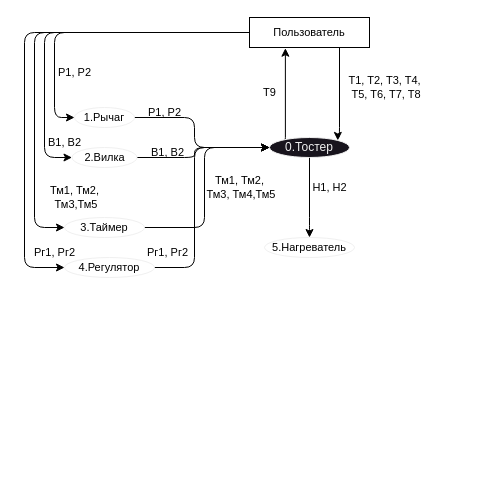
Before: page "МВО" (3 of 5) of lab_05/toaster.drawio in pai0id/IU7_sem4_oop, a draw.io diagram. Source tidied: cells renumbered, new cells numbered last; positions are measured from the earlier drawing's top-left corner, leaving out a move shared by most shapes. Both pictures are drawn from the tidied source at 100%, with x=0, y=0 at pixel (24, 17).
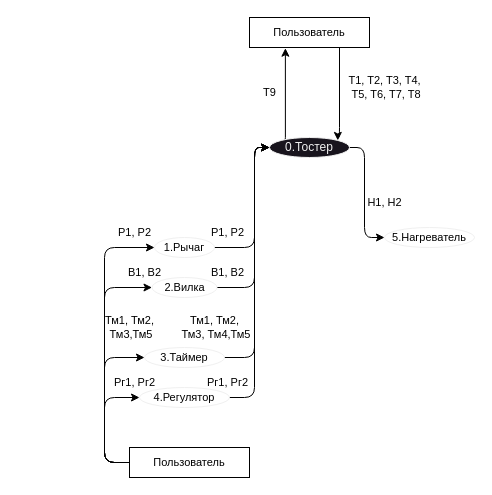
After the change.

Unchanged cells that the change refers to:
```xml
<mxCell id="8" value="0.Тостер" style="ellipse;whiteSpace=wrap;html=1;fontFamily=Helvetica;fontSize=12;fontColor=rgb(240, 240, 240);align=center;strokeColor=rgb(240, 240, 240);fillColor=rgb(24, 20, 29);" parent="1" vertex="1">
  <mxGeometry x="245" y="120" width="80" height="20" as="geometry" />
</mxCell>
<mxCell id="25" value="Пользователь" style="rounded=0;whiteSpace=wrap;html=1;labelBackgroundColor=none;fontFamily=Helvetica;fontSize=11;fontColor=default;fillColor=none;" parent="1" vertex="1">
  <mxGeometry x="225" width="120" height="30" as="geometry" />
</mxCell>
```

Change to the diagram source:
```diff
@@
-    <mxCell id="2" style="edgeStyle=orthogonalEdgeStyle;shape=connector;rounded=1;html=1;exitX=0;exitY=0.5;exitDx=0;exitDy=0;entryX=1;entryY=0.5;entryDx=0;entryDy=0;labelBackgroundColor=default;strokeColor=default;fontFamily=Helvetica;fontSize=11;fontColor=default;startArrow=classic;startFill=1;endArrow=none;endFill=0;" parent="1" edge="1" source="8" target="9">
-      <mxGeometry relative="1" as="geometry">
-        <Array as="points">
-          <mxPoint x="170" y="130" />
-          <mxPoint x="170" y="100" />
-        </Array>
-      </mxGeometry>
-    </mxCell>
-    <mxCell id="3" style="edgeStyle=orthogonalEdgeStyle;shape=connector;rounded=1;html=1;exitX=0;exitY=0.5;exitDx=0;exitDy=0;entryX=1;entryY=0.5;entryDx=0;entryDy=0;labelBackgroundColor=default;strokeColor=default;fontFamily=Helvetica;fontSize=11;fontColor=default;startArrow=classic;startFill=1;endArrow=none;endFill=0;" parent="1" edge="1" source="8" target="10">
-      <mxGeometry relative="1" as="geometry">
-        <Array as="points">
-          <mxPoint x="170" y="130" />
-          <mxPoint x="170" y="140" />
-        </Array>
-      </mxGeometry>
-    </mxCell>
-    <mxCell id="4" style="edgeStyle=orthogonalEdgeStyle;shape=connector;rounded=1;html=1;exitX=0;exitY=0.5;exitDx=0;exitDy=0;entryX=1;entryY=0.5;entryDx=0;entryDy=0;labelBackgroundColor=default;strokeColor=default;fontFamily=Helvetica;fontSize=11;fontColor=default;startArrow=classic;startFill=1;endArrow=none;endFill=0;" parent="1" edge="1" source="8" target="11">
-      <mxGeometry relative="1" as="geometry">
-        <Array as="points">
-          <mxPoint x="180" y="130" />
-          <mxPoint x="180" y="210" />
-        </Array>
-      </mxGeometry>
-    </mxCell>
-    <mxCell id="5" style="edgeStyle=orthogonalEdgeStyle;shape=connector;rounded=1;html=1;exitX=0;exitY=0.5;exitDx=0;exitDy=0;entryX=1;entryY=0.5;entryDx=0;entryDy=0;labelBackgroundColor=default;strokeColor=default;fontFamily=Helvetica;fontSize=11;fontColor=default;startArrow=classic;startFill=1;endArrow=none;endFill=0;" parent="1" edge="1" source="8" target="12">
-      <mxGeometry relative="1" as="geometry">
-        <Array as="points">
-          <mxPoint x="170" y="130" />
-          <mxPoint x="170" y="250" />
-        </Array>
-      </mxGeometry>
-    </mxCell>
-    <mxCell id="6" style="edgeStyle=orthogonalEdgeStyle;shape=connector;rounded=1;html=1;exitX=0.5;exitY=1;exitDx=0;exitDy=0;entryX=0.5;entryY=0;entryDx=0;entryDy=0;labelBackgroundColor=default;strokeColor=default;fontFamily=Helvetica;fontSize=11;fontColor=default;startArrow=none;startFill=0;endArrow=classic;endFill=1;" parent="1" edge="1" source="8" target="13">
+    <mxCell id="6" style="edgeStyle=orthogonalEdgeStyle;shape=connector;rounded=1;html=1;exitX=1;exitY=0.5;exitDx=0;exitDy=0;entryX=0;entryY=0.5;entryDx=0;entryDy=0;labelBackgroundColor=default;strokeColor=default;fontFamily=Helvetica;fontSize=11;fontColor=default;startArrow=none;startFill=0;endArrow=classic;endFill=1;" parent="1" edge="1" source="8" target="13">
       <mxGeometry relative="1" as="geometry">
         <Array as="points">
-          <mxPoint x="285" y="210" />
+          <mxPoint x="340" y="130" />
+          <mxPoint x="340" y="220" />
         </Array>
       </mxGeometry>
     </mxCell>
@@
+    <mxCell id="31" style="edgeStyle=none;html=1;exitX=1;exitY=0.5;exitDx=0;exitDy=0;entryX=0;entryY=0.5;entryDx=0;entryDy=0;" parent="1" edge="1" source="9" target="8">
+      <mxGeometry relative="1" as="geometry">
+        <Array as="points">
+          <mxPoint x="230" y="230" />
+          <mxPoint x="230" y="130" />
+        </Array>
+      </mxGeometry>
+    </mxCell>
     <mxCell id="9" value="1.Рычаг" style="ellipse;whiteSpace=wrap;html=1;fontFamily=Helvetica;fontSize=11;fontColor=default;align=center;strokeColor=rgb(240, 240, 240);fillColor=none;" parent="1" vertex="1">
-      <mxGeometry x="50" y="90" width="60" height="20" as="geometry" />
+      <mxGeometry x="130" y="220" width="60" height="20" as="geometry" />
     </mxCell>
+    <mxCell id="32" style="edgeStyle=none;html=1;exitX=1;exitY=0.5;exitDx=0;exitDy=0;entryX=0;entryY=0.5;entryDx=0;entryDy=0;" parent="1" edge="1" source="10" target="8">
+      <mxGeometry relative="1" as="geometry">
+        <Array as="points">
+          <mxPoint x="230" y="270" />
+          <mxPoint x="230" y="130" />
+        </Array>
+      </mxGeometry>
+    </mxCell>
     <mxCell id="10" value="2.Вилка" style="ellipse;whiteSpace=wrap;html=1;fontFamily=Helvetica;fontSize=11;fontColor=default;align=center;strokeColor=rgb(240, 240, 240);fillColor=none;" parent="1" vertex="1">
-      <mxGeometry x="47.5" y="130" width="65" height="20" as="geometry" />
+      <mxGeometry x="127.5" y="260" width="65" height="20" as="geometry" />
     </mxCell>
+    <mxCell id="33" style="edgeStyle=none;html=1;exitX=1;exitY=0.5;exitDx=0;exitDy=0;entryX=0;entryY=0.5;entryDx=0;entryDy=0;" parent="1" edge="1" source="11" target="8">
+      <mxGeometry relative="1" as="geometry">
+        <Array as="points">
+          <mxPoint x="230" y="340" />
+          <mxPoint x="230" y="130" />
+        </Array>
+      </mxGeometry>
+    </mxCell>
     <mxCell id="11" value="3.Таймер" style="ellipse;whiteSpace=wrap;html=1;fontFamily=Helvetica;fontSize=11;fontColor=default;align=center;strokeColor=rgb(240, 240, 240);fillColor=none;" parent="1" vertex="1">
-      <mxGeometry x="40" y="200" width="80" height="20" as="geometry" />
+      <mxGeometry x="120" y="330" width="80" height="20" as="geometry" />
     </mxCell>
+    <mxCell id="34" style="edgeStyle=none;html=1;exitX=1;exitY=0.5;exitDx=0;exitDy=0;entryX=0;entryY=0.5;entryDx=0;entryDy=0;" parent="1" edge="1" source="12" target="8">
+      <mxGeometry relative="1" as="geometry">
+        <Array as="points">
+          <mxPoint x="230" y="380" />
+          <mxPoint x="230" y="130" />
+        </Array>
+      </mxGeometry>
+    </mxCell>
     <mxCell id="12" value="4.Регулятор" style="ellipse;whiteSpace=wrap;html=1;fontFamily=Helvetica;fontSize=11;fontColor=default;align=center;strokeColor=rgb(240, 240, 240);fillColor=none;" parent="1" vertex="1">
-      <mxGeometry x="40" y="240" width="90" height="20" as="geometry" />
+      <mxGeometry x="115" y="370" width="90" height="20" as="geometry" />
     </mxCell>
     <mxCell id="13" value="5.Нагреватель" style="ellipse;whiteSpace=wrap;html=1;fontFamily=Helvetica;fontSize=11;fontColor=default;align=center;strokeColor=rgb(240, 240, 240);fillColor=none;" parent="1" vertex="1">
-      <mxGeometry x="240" y="220" width="90" height="20" as="geometry" />
+      <mxGeometry x="360" y="210" width="90" height="20" as="geometry" />
     </mxCell>
@@
     <mxCell id="15" value="Р1, Р2" style="text;html=1;align=center;verticalAlign=middle;strokeColor=none;fillColor=none;fontSize=11;fontFamily=Helvetica;fontColor=default;labelBackgroundColor=none;" parent="1" vertex="1">
-      <mxGeometry x="110" y="80" width="60" height="30" as="geometry" />
+      <mxGeometry x="172.5" y="200" width="60" height="30" as="geometry" />
     </mxCell>
     <mxCell id="16" value="В1, В2" style="text;html=1;align=center;verticalAlign=middle;strokeColor=none;fillColor=none;fontSize=11;fontFamily=Helvetica;fontColor=default;" parent="1" vertex="1">
-      <mxGeometry x="112.5" y="120" width="60" height="30" as="geometry" />
+      <mxGeometry x="172.5" y="240" width="60" height="30" as="geometry" />
     </mxCell>
     <mxCell id="17" value="Тм1, Тм2,&lt;br&gt;&amp;nbsp;Тм3, Тм4,Тм5" style="text;html=1;align=center;verticalAlign=middle;strokeColor=none;fillColor=none;fontSize=11;fontFamily=Helvetica;fontColor=default;" parent="1" vertex="1">
-      <mxGeometry x="165" y="150" width="100" height="40" as="geometry" />
+      <mxGeometry x="140" y="290" width="100" height="40" as="geometry" />
     </mxCell>
     <mxCell id="18" value="Рг1, Рг2" style="text;html=1;align=center;verticalAlign=middle;strokeColor=none;fillColor=none;fontSize=11;fontFamily=Helvetica;fontColor=default;" parent="1" vertex="1">
-      <mxGeometry x="112.5" y="220" width="60" height="30" as="geometry" />
+      <mxGeometry x="172.5" y="350" width="60" height="30" as="geometry" />
     </mxCell>
     <mxCell id="19" value="Н1, Н2" style="text;html=1;align=center;verticalAlign=middle;strokeColor=none;fillColor=none;fontSize=11;fontFamily=Helvetica;fontColor=default;" parent="1" vertex="1">
-      <mxGeometry x="275" y="155" width="60" height="30" as="geometry" />
+      <mxGeometry x="330" y="170" width="60" height="30" as="geometry" />
     </mxCell>
@@
-    <mxCell id="21" style="edgeStyle=orthogonalEdgeStyle;shape=connector;rounded=1;html=1;exitX=0;exitY=0.5;exitDx=0;exitDy=0;entryX=0;entryY=0.5;entryDx=0;entryDy=0;labelBackgroundColor=default;strokeColor=default;fontFamily=Helvetica;fontSize=11;fontColor=default;startArrow=none;startFill=0;endArrow=classic;endFill=1;" parent="1" edge="1" source="25" target="9">
-      <mxGeometry relative="1" as="geometry">
-        <Array as="points">
-          <mxPoint x="30" y="15" />
-          <mxPoint x="30" y="100" />
-        </Array>
-      </mxGeometry>
-    </mxCell>
-    <mxCell id="22" style="edgeStyle=orthogonalEdgeStyle;shape=connector;rounded=1;html=1;exitX=0;exitY=0.5;exitDx=0;exitDy=0;entryX=0;entryY=0.5;entryDx=0;entryDy=0;labelBackgroundColor=default;strokeColor=default;fontFamily=Helvetica;fontSize=11;fontColor=default;startArrow=none;startFill=0;endArrow=classic;endFill=1;" parent="1" edge="1" source="25" target="10">
-      <mxGeometry relative="1" as="geometry">
-        <Array as="points">
-          <mxPoint x="20" y="15" />
-          <mxPoint x="20" y="140" />
-        </Array>
-      </mxGeometry>
-    </mxCell>
-    <mxCell id="23" style="edgeStyle=orthogonalEdgeStyle;shape=connector;rounded=1;html=1;exitX=0;exitY=0.5;exitDx=0;exitDy=0;entryX=0;entryY=0.5;entryDx=0;entryDy=0;labelBackgroundColor=default;strokeColor=default;fontFamily=Helvetica;fontSize=11;fontColor=default;startArrow=none;startFill=0;endArrow=classic;endFill=1;" parent="1" edge="1" source="25" target="11">
-      <mxGeometry relative="1" as="geometry">
-        <Array as="points">
-          <mxPoint x="10" y="15" />
-          <mxPoint x="10" y="210" />
-        </Array>
-      </mxGeometry>
-    </mxCell>
-    <mxCell id="24" style="edgeStyle=orthogonalEdgeStyle;shape=connector;rounded=1;html=1;exitX=0;exitY=0.5;exitDx=0;exitDy=0;entryX=0;entryY=0.5;entryDx=0;entryDy=0;labelBackgroundColor=default;strokeColor=default;fontFamily=Helvetica;fontSize=11;fontColor=default;startArrow=none;startFill=0;endArrow=classic;endFill=1;" parent="1" edge="1" source="25" target="12">
-      <mxGeometry relative="1" as="geometry">
-        <Array as="points">
-          <mxPoint y="15" />
-          <mxPoint y="250" />
-        </Array>
-      </mxGeometry>
-    </mxCell>
@@
     <mxCell id="27" value="Р1, Р2" style="text;html=1;align=center;verticalAlign=middle;strokeColor=none;fillColor=none;fontSize=11;fontFamily=Helvetica;fontColor=default;labelBackgroundColor=none;" parent="1" vertex="1">
-      <mxGeometry x="20" y="40" width="60" height="30" as="geometry" />
+      <mxGeometry x="80" y="200" width="60" height="30" as="geometry" />
     </mxCell>
     <mxCell id="28" value="В1, В2" style="text;html=1;align=center;verticalAlign=middle;strokeColor=none;fillColor=none;fontSize=11;fontFamily=Helvetica;fontColor=default;" parent="1" vertex="1">
-      <mxGeometry x="10" y="110" width="60" height="30" as="geometry" />
+      <mxGeometry x="90" y="240" width="60" height="30" as="geometry" />
     </mxCell>
     <mxCell id="29" value="Рг1, Рг2" style="text;html=1;align=center;verticalAlign=middle;strokeColor=none;fillColor=none;fontSize=11;fontFamily=Helvetica;fontColor=default;" parent="1" vertex="1">
-      <mxGeometry y="220" width="60" height="30" as="geometry" />
+      <mxGeometry x="80" y="350" width="60" height="30" as="geometry" />
     </mxCell>
     <mxCell id="30" value="Тм1, Тм2,&lt;br&gt;&amp;nbsp;Тм3,Тм5" style="text;html=1;align=center;verticalAlign=middle;strokeColor=none;fillColor=none;fontSize=11;fontFamily=Helvetica;fontColor=default;" parent="1" vertex="1">
-      <mxGeometry x="15" y="160" width="70" height="40" as="geometry" />
+      <mxGeometry x="70" y="290" width="70" height="40" as="geometry" />
     </mxCell>
+    <mxCell id="35" style="edgeStyle=none;html=1;exitX=0;exitY=0.5;exitDx=0;exitDy=0;entryX=0;entryY=0.5;entryDx=0;entryDy=0;" parent="1" edge="1" source="39" target="12">
+      <mxGeometry relative="1" as="geometry">
+        <Array as="points">
+          <mxPoint x="80" y="445" />
+          <mxPoint x="80" y="380" />
+        </Array>
+      </mxGeometry>
+    </mxCell>
+    <mxCell id="36" style="edgeStyle=none;html=1;exitX=0;exitY=0.5;exitDx=0;exitDy=0;entryX=0;entryY=0.5;entryDx=0;entryDy=0;" parent="1" edge="1" source="39" target="11">
+      <mxGeometry relative="1" as="geometry">
+        <Array as="points">
+          <mxPoint x="80" y="445" />
+          <mxPoint x="80" y="340" />
+        </Array>
+      </mxGeometry>
+    </mxCell>
+    <mxCell id="37" style="edgeStyle=none;html=1;exitX=0;exitY=0.5;exitDx=0;exitDy=0;entryX=0;entryY=0.5;entryDx=0;entryDy=0;" parent="1" edge="1" source="39" target="10">
+      <mxGeometry relative="1" as="geometry">
+        <Array as="points">
+          <mxPoint x="80" y="445" />
+          <mxPoint x="80" y="270" />
+        </Array>
+      </mxGeometry>
+    </mxCell>
+    <mxCell id="38" style="edgeStyle=none;html=1;exitX=0;exitY=0.5;exitDx=0;exitDy=0;entryX=0;entryY=0.5;entryDx=0;entryDy=0;" parent="1" edge="1" source="39" target="9">
+      <mxGeometry relative="1" as="geometry">
+        <Array as="points">
+          <mxPoint x="80" y="445" />
+          <mxPoint x="80" y="230" />
+        </Array>
+      </mxGeometry>
+    </mxCell>
+    <mxCell id="39" value="Пользователь" style="rounded=0;whiteSpace=wrap;html=1;labelBackgroundColor=none;fontFamily=Helvetica;fontSize=11;fontColor=default;fillColor=none;" parent="1" vertex="1">
+      <mxGeometry x="105" y="430" width="120" height="30" as="geometry" />
+    </mxCell>
```
